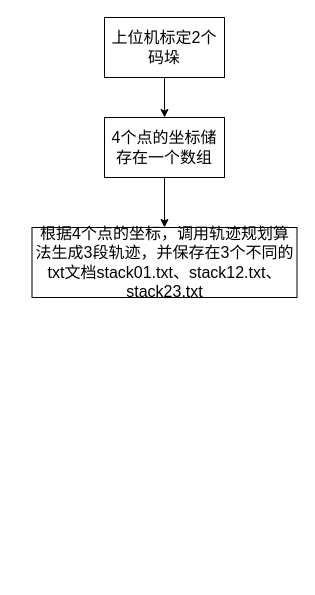
The draw.io diagram 机器人学.drawio in Dem-phi/Everlasting-HA.github.io, before the edit. Source tidied: cells renumbered, new cells numbered last; positions are measured from the earlier drawing's top-left corner, leaving out a move shared by most shapes. Both pictures are drawn from the tidied source at 100%, with x=0, y=0 at pixel (32, 17).
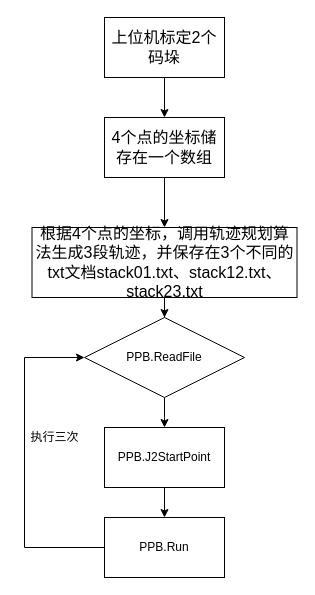
The same page after the edit.

Diff of the diagram source:
```diff
@@
 <mxGraphModel>
   <root>
     <mxCell id="0" />
     <mxCell id="1" parent="0" />
     <mxCell id="2" style="edgeStyle=orthogonalEdgeStyle;rounded=0;jettySize=auto;html=1;" parent="1" edge="1" source="3" target="6">
       <mxGeometry relative="1" as="geometry" />
     </mxCell>
     <mxCell id="3" value="&lt;span style=&quot;font-size:12.0pt;font-family:等线;&lt;br/&gt;mso-ascii-theme-font:minor-latin;mso-fareast-theme-font:minor-fareast;&lt;br/&gt;mso-hansi-theme-font:minor-latin;mso-bidi-font-family:&amp;quot;Times New Roman&amp;quot;;&lt;br/&gt;mso-bidi-theme-font:minor-bidi;mso-font-kerning:1.0pt;mso-ansi-language:EN-US;&lt;br/&gt;mso-fareast-language:ZH-CN;mso-bidi-language:AR-SA;mso-bidi-font-style:italic&quot;&gt;上位机标定&lt;span lang=&quot;EN-US&quot;&gt;2&lt;/span&gt;个码垛&lt;/span&gt;" style="rounded=0;whiteSpace=wrap;html=1;" parent="1" vertex="1">
       <mxGeometry x="72" width="120" height="60" as="geometry" />
     </mxCell>
+    <mxCell id="7" style="edgeStyle=orthogonalEdgeStyle;rounded=0;jettySize=auto;html=1;" parent="1" edge="1" source="4" target="9">
+      <mxGeometry relative="1" as="geometry" />
+    </mxCell>
     <mxCell id="4" value="&lt;span style=&quot;font-size:12.0pt;font-family:等线;&lt;br/&gt;mso-ascii-theme-font:minor-latin;mso-fareast-theme-font:minor-fareast;&lt;br/&gt;mso-hansi-theme-font:minor-latin;mso-bidi-font-family:&amp;quot;Times New Roman&amp;quot;;&lt;br/&gt;mso-bidi-theme-font:minor-bidi;mso-font-kerning:1.0pt;mso-ansi-language:EN-US;&lt;br/&gt;mso-fareast-language:ZH-CN;mso-bidi-language:AR-SA;mso-bidi-font-style:italic&quot;&gt;根据&lt;span lang=&quot;EN-US&quot;&gt;4&lt;/span&gt;个点的坐标，调用轨迹规划算法生成&lt;span lang=&quot;EN-US&quot;&gt;3&lt;/span&gt;段轨迹，并保存在&lt;span lang=&quot;EN-US&quot;&gt;3&lt;/span&gt;个不同的&lt;span lang=&quot;EN-US&quot;&gt;txt&lt;/span&gt;文档&lt;span lang=&quot;EN-US&quot;&gt;stack01.txt&lt;/span&gt;、&lt;span lang=&quot;EN-US&quot;&gt;stack12.txt&lt;/span&gt;、&lt;span lang=&quot;EN-US&quot;&gt;stack23.txt&lt;/span&gt;&lt;/span&gt;" style="rounded=0;whiteSpace=wrap;html=1;" parent="1" vertex="1">
       <mxGeometry x="-0.5" y="210" width="265" height="70" as="geometry" />
     </mxCell>
     <mxCell id="5" style="edgeStyle=orthogonalEdgeStyle;rounded=0;jettySize=auto;html=1;" parent="1" edge="1" source="6" target="4">
       <mxGeometry relative="1" as="geometry" />
     </mxCell>
     <mxCell id="6" value="&lt;span style=&quot;font-size:12.0pt;font-family:&lt;br/&gt;等线;mso-ascii-theme-font:minor-latin;mso-fareast-theme-font:minor-fareast;&lt;br/&gt;mso-hansi-theme-font:minor-latin;mso-bidi-font-family:&amp;quot;Times New Roman&amp;quot;;&lt;br/&gt;mso-bidi-theme-font:minor-bidi;mso-font-kerning:1.0pt;mso-ansi-language:EN-US;&lt;br/&gt;mso-fareast-language:ZH-CN;mso-bidi-language:AR-SA;mso-bidi-font-style:italic&quot; lang=&quot;EN-US&quot;&gt;4&lt;/span&gt;&lt;span style=&quot;font-size:12.0pt;font-family:等线;mso-ascii-theme-font:minor-latin;&lt;br/&gt;mso-fareast-theme-font:minor-fareast;mso-hansi-theme-font:minor-latin;&lt;br/&gt;mso-bidi-font-family:&amp;quot;Times New Roman&amp;quot;;mso-bidi-theme-font:minor-bidi;&lt;br/&gt;mso-font-kerning:1.0pt;mso-ansi-language:EN-US;mso-fareast-language:ZH-CN;&lt;br/&gt;mso-bidi-language:AR-SA;mso-bidi-font-style:italic&quot;&gt;个点的坐标储存在一个数组&lt;/span&gt;" style="rounded=0;whiteSpace=wrap;html=1;" parent="1" vertex="1">
       <mxGeometry x="72" y="100" width="120" height="60" as="geometry" />
     </mxCell>
+    <mxCell id="8" style="edgeStyle=orthogonalEdgeStyle;rounded=0;jettySize=auto;html=1;" parent="1" edge="1" source="9">
+      <mxGeometry relative="1" as="geometry">
+        <mxPoint x="132" y="410" as="targetPoint" />
+      </mxGeometry>
+    </mxCell>
+    <mxCell id="9" value="PPB.ReadFile" style="rhombus;whiteSpace=wrap;html=1;" parent="1" vertex="1">
+      <mxGeometry x="52" y="300" width="160" height="80" as="geometry" />
+    </mxCell>
+    <mxCell id="10" style="edgeStyle=orthogonalEdgeStyle;rounded=0;jettySize=auto;html=1;fontColor=#000000;" parent="1" edge="1" source="11" target="13">
+      <mxGeometry relative="1" as="geometry" />
+    </mxCell>
+    <mxCell id="11" value="PPB.J2StartPoint" style="rounded=0;whiteSpace=wrap;html=1;" parent="1" vertex="1">
+      <mxGeometry x="72" y="410" width="120" height="60" as="geometry" />
+    </mxCell>
+    <mxCell id="12" style="edgeStyle=orthogonalEdgeStyle;rounded=0;jettySize=auto;html=1;entryX=0;entryY=0.5;entryDx=0;entryDy=0;fontColor=#000000;exitX=0;exitY=0.5;exitDx=0;exitDy=0;" parent="1" edge="1" source="13" target="9">
+      <mxGeometry relative="1" as="geometry">
+        <Array as="points">
+          <mxPoint x="-8" y="530" />
+          <mxPoint x="-8" y="340" />
+        </Array>
+      </mxGeometry>
+    </mxCell>
+    <mxCell id="13" value="PPB.Run" style="rounded=0;whiteSpace=wrap;html=1;" parent="1" vertex="1">
+      <mxGeometry x="72" y="500" width="120" height="60" as="geometry" />
+    </mxCell>
+    <mxCell id="14" value="执行三次" style="text;html=1;align=center;verticalAlign=middle;strokeColor=none;fillColor=none;fontColor=#000000;" parent="1" vertex="1">
+      <mxGeometry x="-8" y="410" width="60" height="20" as="geometry" />
+    </mxCell>
   </root>
 </mxGraphModel>
```
